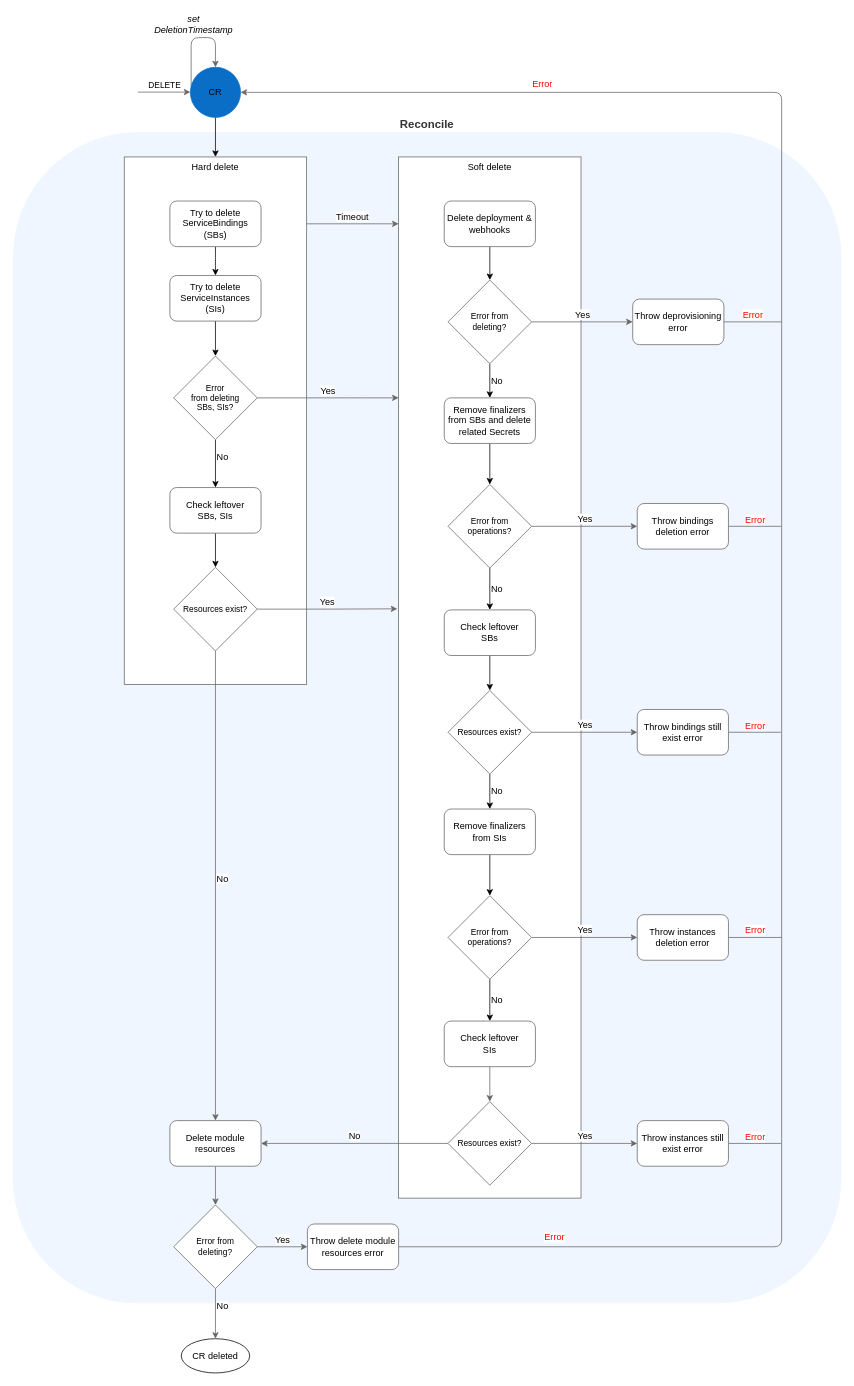
Earlier version of the draw.io diagram docs/assets/activity_deprovisioning.drawio (kyma-project/btp-manager). Source tidied: cells renumbered, new cells numbered last; positions are measured from the earlier drawing's top-left corner, leaving out a move shared by most shapes. Both pictures are drawn from the tidied source at 76%, with x=0, y=0 at pixel (13, 37).
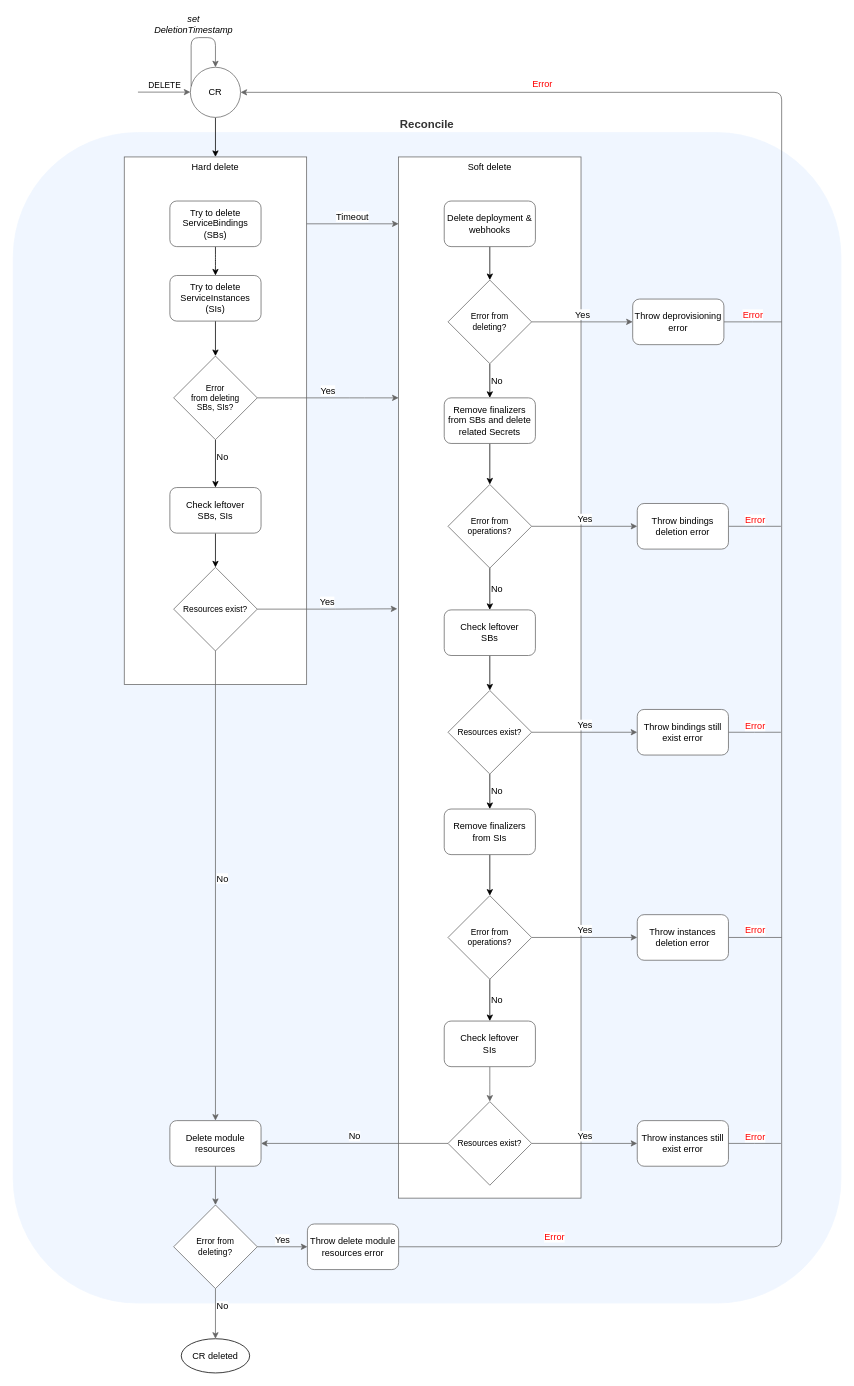
After the change.

Change to the diagram source:
```diff
@@
-    <mxCell id="4" value="CR" style="ellipse;whiteSpace=wrap;html=1;fillColor=#0a6ec7;strokeColor=#0a6ec7;" parent="1" vertex="1">
+    <mxCell id="4" value="CR" style="ellipse;whiteSpace=wrap;html=1;fillColor=#FFFFFF;strokeColor=#666666;" parent="1" vertex="1">
       <mxGeometry x="233" y="39" width="66" height="66" as="geometry" />
     </mxCell>
```
